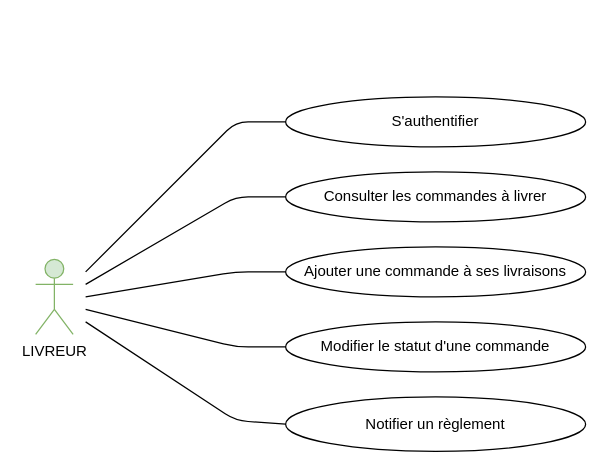
The draw.io diagram Livreur.drawio in OMorlotti/P4-analyser-les-besoin-de-mon-client-pour-son-groupe-de-pizzerias, before the edit. Source tidied: cells renumbered, new cells numbered last; positions are measured from the earlier drawing's top-left corner, leaving out a move shared by most shapes. Both pictures are drawn from the tidied source at 125%, with x=0, y=0 at pixel (35, 96).
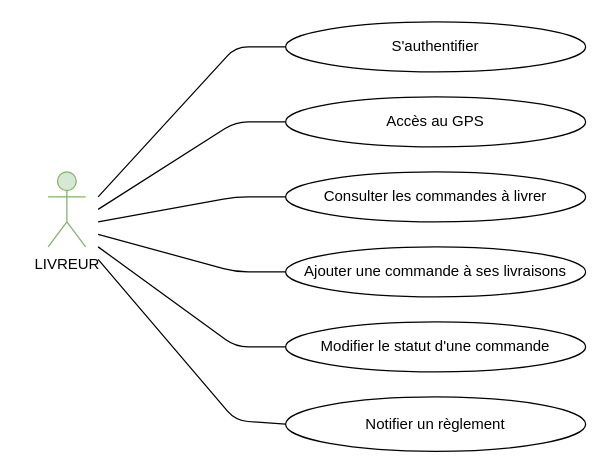
The same diagram, later.

Unchanged cells that the change refers to:
```xml
<mxCell id="4" value="Consulter les commandes à livrer" style="ellipse;whiteSpace=wrap;html=1;" parent="1" vertex="1">
  <mxGeometry x="200" y="60" width="240" height="40" as="geometry" />
</mxCell>
<mxCell id="5" value="Ajouter une commande à ses livraisons" style="ellipse;whiteSpace=wrap;html=1;" parent="1" vertex="1">
  <mxGeometry x="200" y="120" width="240" height="40" as="geometry" />
</mxCell>
<mxCell id="6" value="Modifier le statut d'une commande" style="ellipse;whiteSpace=wrap;html=1;" parent="1" vertex="1">
  <mxGeometry x="200" y="180" width="240" height="40" as="geometry" />
</mxCell>
<mxCell id="7" value="Notifier un règlement" style="ellipse;whiteSpace=wrap;html=1;" parent="1" vertex="1">
  <mxGeometry x="200" y="240" width="240" height="43.6" as="geometry" />
</mxCell>
```

Diff of the diagram source:
```diff
@@
     <mxCell id="2" value="LIVREUR" style="shape=umlActor;verticalLabelPosition=bottom;labelBackgroundColor=#ffffff;verticalAlign=top;html=1;fillColor=#d5e8d4;strokeColor=#82b366;" parent="1" vertex="1">
-      <mxGeometry y="130" width="30" height="60" as="geometry" />
+      <mxGeometry x="10" y="60" width="30" height="60" as="geometry" />
     </mxCell>
     <mxCell id="3" value="S'authentifier" style="ellipse;whiteSpace=wrap;html=1;" parent="1" vertex="1">
-      <mxGeometry x="200" width="240" height="40" as="geometry" />
+      <mxGeometry x="200" y="-60" width="240" height="40" as="geometry" />
     </mxCell>
@@
     <mxCell id="8" style="endArrow=none;html=1;entryX=0;entryY=0.5;entryDx=0;entryDy=0;" parent="1" edge="1" target="3">
       <mxGeometry relative="1" as="geometry">
-        <mxPoint x="40" y="140" as="sourcePoint" />
+        <mxPoint x="50" y="80" as="sourcePoint" />
         <Array as="points">
-          <mxPoint x="160" y="20" />
+          <mxPoint x="160" y="-40" />
         </Array>
       </mxGeometry>
     </mxCell>
     <mxCell id="9" style="endArrow=none;html=1;entryX=0;entryY=0.5;entryDx=0;entryDy=0;" parent="1" edge="1" target="4">
       <mxGeometry relative="1" as="geometry">
-        <mxPoint x="40" y="150" as="sourcePoint" />
+        <mxPoint x="50" y="100" as="sourcePoint" />
         <Array as="points">
           <mxPoint x="160" y="80" />
         </Array>
       </mxGeometry>
     </mxCell>
     <mxCell id="10" style="endArrow=none;html=1;entryX=0;entryY=0.5;entryDx=0;entryDy=0;" parent="1" edge="1" target="5">
       <mxGeometry relative="1" as="geometry">
-        <mxPoint x="40" y="160" as="sourcePoint" />
+        <mxPoint x="50" y="110" as="sourcePoint" />
         <Array as="points">
           <mxPoint x="160" y="140" />
         </Array>
       </mxGeometry>
     </mxCell>
     <mxCell id="11" style="endArrow=none;html=1;exitX=0;exitY=0.5;exitDx=0;exitDy=0;" parent="1" edge="1" source="6">
       <mxGeometry relative="1" as="geometry">
-        <mxPoint x="40" y="170" as="targetPoint" />
+        <mxPoint x="50" y="120" as="targetPoint" />
         <Array as="points">
           <mxPoint x="160" y="200" />
         </Array>
       </mxGeometry>
     </mxCell>
     <mxCell id="12" style="endArrow=none;html=1;exitX=0;exitY=0.5;exitDx=0;exitDy=0;" parent="1" edge="1" source="7">
       <mxGeometry relative="1" as="geometry">
-        <mxPoint x="40" y="180" as="targetPoint" />
+        <mxPoint x="50" y="130" as="targetPoint" />
         <Array as="points">
           <mxPoint x="160" y="259" />
         </Array>
       </mxGeometry>
     </mxCell>
+    <mxCell id="13" style="endArrow=none;html=1;entryX=0;entryY=0.5;entryDx=0;entryDy=0;" parent="1" edge="1" target="14">
+      <mxGeometry relative="1" as="geometry">
+        <mxPoint x="50" y="90" as="sourcePoint" />
+        <Array as="points">
+          <mxPoint x="160" y="20" />
+        </Array>
+      </mxGeometry>
+    </mxCell>
+    <mxCell id="14" value="Accès au GPS" style="ellipse;whiteSpace=wrap;html=1;" parent="1" vertex="1">
+      <mxGeometry x="200" width="240" height="40" as="geometry" />
+    </mxCell>
```
